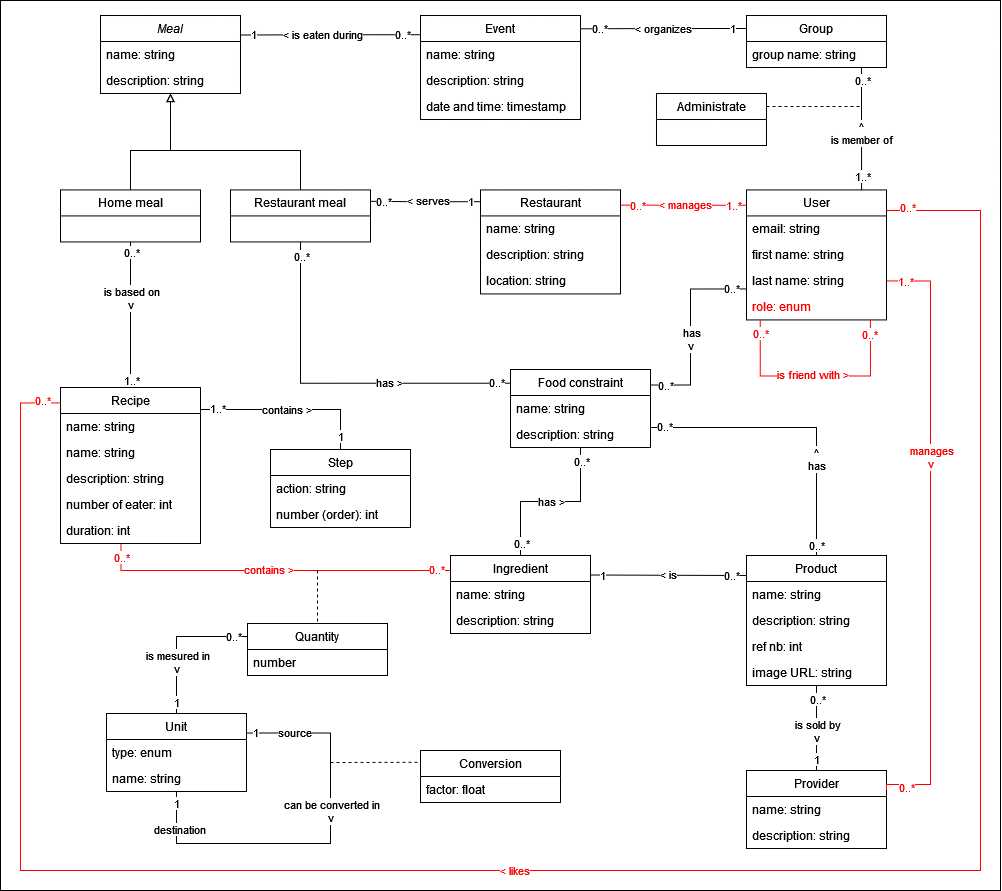
Before: documentation/app design/entity-association-model/entity-association-model.drawio.png, a diagram exported from draw.io (PRO2022-Heig/heigvd-pro-01). Source tidied: cells renumbered, new cells last; positions are measured from the earlier drawing's top-left corner, leaving out a move shared by most shapes.
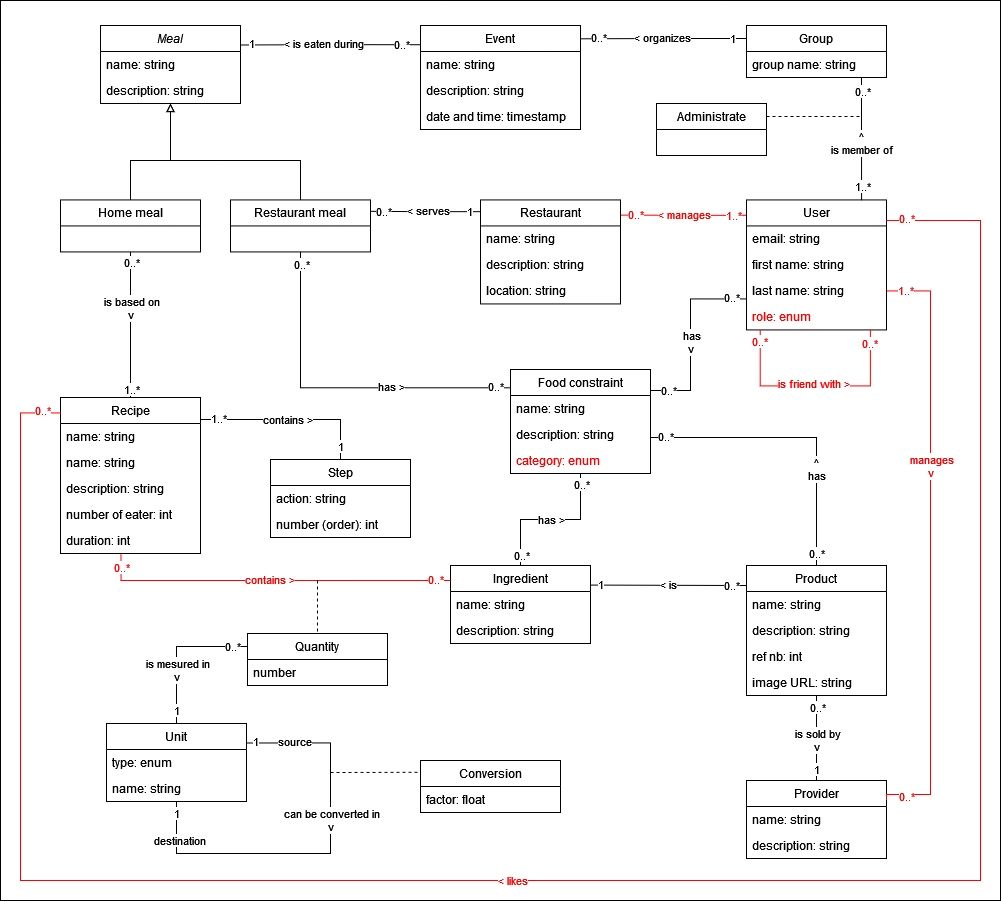
The same file after the commit.

Commit message:
added a category to the food constraint entity

What changed in the source:
```diff
@@ -2,11 +2,11 @@
   <root>
     <mxCell id="0" />
     <mxCell id="1" parent="0" />
-    <mxCell id="2" style="rounded=0;whiteSpace=wrap;html=1;" parent="1" vertex="1">
-      <mxGeometry width="1000" height="890" as="geometry" />
-    </mxCell>
+    <mxCell id="137" style="rounded=0;whiteSpace=wrap;html=1;fontColor=#FF0000;" parent="1" vertex="1">
+      <mxGeometry y="-10" width="1000" height="900" as="geometry" />
+    </mxCell>
     <mxCell id="3" value="Food constraint" style="swimlane;fontStyle=0;horizontal=1;startSize=26;fillColor=none;" parent="1" vertex="1">
-      <mxGeometry x="510" y="369" width="140" height="78" as="geometry" />
+      <mxGeometry x="510" y="359" width="140" height="104" as="geometry" />
     </mxCell>
     <mxCell id="4" value="name: string" style="text;strokeColor=none;fillColor=none;align=left;verticalAlign=top;spacingLeft=4;spacingRight=4;overflow=hidden;" parent="3" vertex="1">
       <mxGeometry y="26" width="140" height="26" as="geometry" />
@@ -14,6 +14,9 @@
     <mxCell id="5" value="description: string" style="text;strokeColor=none;fillColor=none;align=left;verticalAlign=top;spacingLeft=4;spacingRight=4;overflow=hidden;" parent="3" vertex="1">
       <mxGeometry y="52" width="140" height="26" as="geometry" />
     </mxCell>
+    <mxCell id="138" value="category: enum" style="text;strokeColor=none;fillColor=none;align=left;verticalAlign=top;spacingLeft=4;spacingRight=4;overflow=hidden;fontColor=#FF0000;" parent="3" vertex="1">
+      <mxGeometry y="78" width="140" height="26" as="geometry" />
+    </mxCell>
     <mxCell id="6" value="User" style="swimlane;fontStyle=0;horizontal=1;startSize=26;fillColor=none;" parent="1" vertex="1">
       <mxGeometry x="746" y="189.4" width="140" height="130" as="geometry" />
     </mxCell>
@@ -399,18 +402,19 @@
       <mxGeometry relative="1" as="geometry">
         <Array as="points">
           <mxPoint x="690" y="288" />
-          <mxPoint x="690" y="385" />
+          <mxPoint x="690" y="380" />
+          <mxPoint x="650" y="380" />
         </Array>
       </mxGeometry>
     </mxCell>
     <mxCell id="99" value="&lt;div&gt;has&lt;/div&gt;&lt;div&gt;v&lt;br&gt;&lt;/div&gt;" style="edgeLabel;html=1;align=center;verticalAlign=middle;" parent="98" vertex="1">
       <mxGeometry x="0.32" y="-2" relative="1" as="geometry">
-        <mxPoint x="2" y="-20" as="offset" />
+        <mxPoint x="2" y="-24" as="offset" />
       </mxGeometry>
     </mxCell>
     <mxCell id="100" value="0..*" style="edgeLabel;html=1;align=center;verticalAlign=middle;" parent="98" vertex="1">
       <mxGeometry x="0.91" relative="1" as="geometry">
-        <mxPoint x="4" y="-1" as="offset" />
+        <mxPoint x="10" y="-1" as="offset" />
       </mxGeometry>
     </mxCell>
     <mxCell id="101" value="0..*" style="edgeLabel;html=1;align=center;verticalAlign=middle;" parent="98" vertex="1">
```
